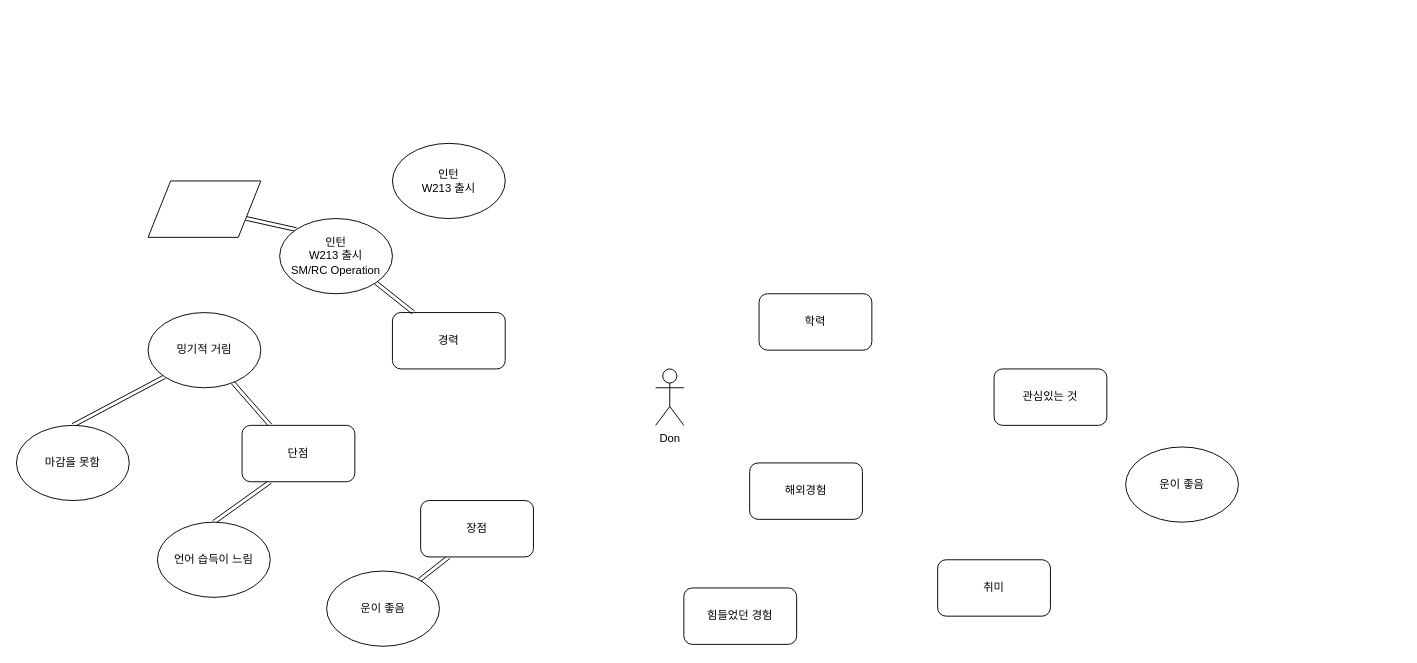
The draw.io diagram Untitled Diagram.drawio in ehsqkd1324/don, before the edit. Source tidied: cells renumbered, new cells numbered last; positions are measured from the earlier drawing's top-left corner, leaving out a move shared by most shapes. Both pictures are drawn from the tidied source at 94%, with x=0, y=0 at pixel (16, 143).
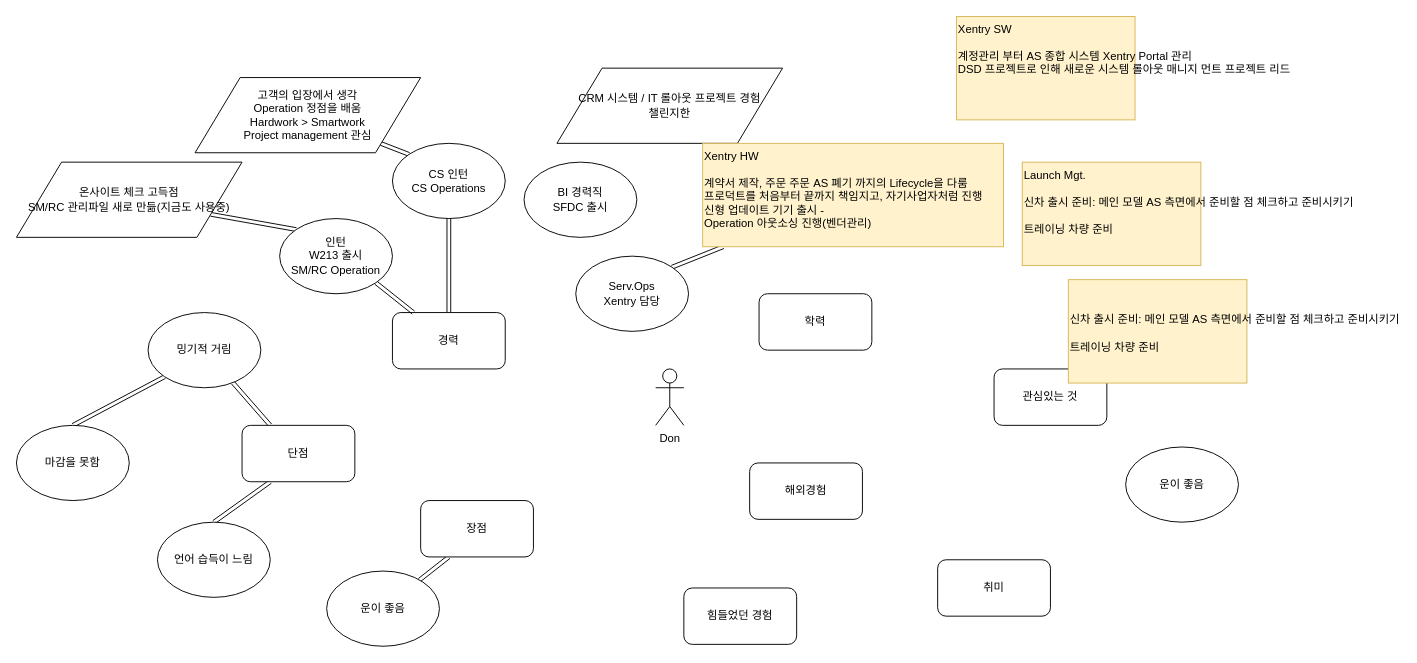
After the change.

Unchanged cells that the change refers to:
```xml
<mxCell id="7" value="경력" style="rounded=1;whiteSpace=wrap;html=1;" parent="1" vertex="1">
  <mxGeometry x="400" y="180" width="120" height="60" as="geometry" />
</mxCell>
```

Diff of the diagram source:
```diff
@@
+    <mxCell id="25" style="edgeStyle=none;shape=link;rounded=0;jettySize=auto;html=1;exitX=0.5;exitY=0;exitDx=0;exitDy=0;" parent="1" edge="1" source="7" target="23">
+      <mxGeometry relative="1" as="geometry" />
+    </mxCell>
@@
+    <mxCell id="26" style="edgeStyle=none;shape=link;rounded=0;jettySize=auto;html=1;exitX=0;exitY=0;exitDx=0;exitDy=0;" parent="1" edge="1" source="23" target="27">
+      <mxGeometry relative="1" as="geometry" />
+    </mxCell>
-    <mxCell id="23" value="&lt;div&gt;인턴&lt;/div&gt;W213 출시" style="ellipse;whiteSpace=wrap;html=1;" parent="1" vertex="1">
+    <mxCell id="23" value="&lt;div&gt;CS 인턴&lt;/div&gt;CS Operations " style="ellipse;whiteSpace=wrap;html=1;" parent="1" vertex="1">
       <mxGeometry x="400" width="120" height="80" as="geometry" />
     </mxCell>
-    <mxCell id="24" style="shape=parallelogram;perimeter=parallelogramPerimeter;whiteSpace=wrap;html=1;" parent="1" vertex="1">
-      <mxGeometry x="140" y="40" width="120" height="60" as="geometry" />
+    <mxCell id="24" value="&lt;div&gt;온사이트 체크 고득점&lt;/div&gt;&lt;div&gt;SM/RC 관리파일 새로 만듦(지금도 사용중)&lt;/div&gt;" style="shape=parallelogram;perimeter=parallelogramPerimeter;whiteSpace=wrap;html=1;" parent="1" vertex="1">
+      <mxGeometry y="20" width="240" height="80" as="geometry" />
     </mxCell>
+    <mxCell id="27" value="&lt;div&gt;고객의 입장에서 생각&lt;/div&gt;&lt;div&gt;Operation 정점을 배움&lt;/div&gt;&lt;div&gt;Hardwork &amp;gt; Smartwork&lt;br&gt;&lt;/div&gt;&lt;div&gt;Project management 관심&lt;br&gt;&lt;/div&gt;" style="shape=parallelogram;perimeter=parallelogramPerimeter;whiteSpace=wrap;html=1;" parent="1" vertex="1">
+      <mxGeometry x="190" y="-70" width="240" height="80" as="geometry" />
+    </mxCell>
+    <mxCell id="28" value="&lt;div&gt;BI 경력직&lt;/div&gt;&lt;div&gt;SFDC 출시&lt;br&gt;&lt;/div&gt;" style="ellipse;whiteSpace=wrap;html=1;" parent="1" vertex="1">
+      <mxGeometry x="540" y="20" width="120" height="80" as="geometry" />
+    </mxCell>
+    <mxCell id="29" value="&lt;div&gt;CRM 시스템 / IT 롤아웃 프로젝트 경험&lt;/div&gt;&lt;div&gt;챌린지한 &lt;br&gt;&lt;/div&gt;" style="shape=parallelogram;perimeter=parallelogramPerimeter;whiteSpace=wrap;html=1;" parent="1" vertex="1">
+      <mxGeometry x="575" y="-80" width="240" height="80" as="geometry" />
+    </mxCell>
+    <mxCell id="30" style="edgeStyle=none;shape=link;rounded=0;jettySize=auto;html=1;exitX=1;exitY=0;exitDx=0;exitDy=0;" parent="1" edge="1" source="31" target="32">
+      <mxGeometry relative="1" as="geometry" />
+    </mxCell>
+    <mxCell id="31" value="&lt;div&gt;Serv.Ops&lt;/div&gt;&lt;div&gt;Xentry 담당&lt;br&gt;&lt;/div&gt;" style="ellipse;whiteSpace=wrap;html=1;" parent="1" vertex="1">
+      <mxGeometry x="595" y="120" width="120" height="80" as="geometry" />
+    </mxCell>
+    <mxCell id="32" value="&lt;div&gt;Xentry HW &lt;br&gt;&lt;/div&gt;&lt;div&gt;&lt;br&gt;&lt;/div&gt;&lt;div&gt;계약서 제작, 주문 주문 AS 폐기 까지의 Lifecycle을 다룸&lt;/div&gt;&lt;div&gt;프로덕트를 처음부터 끝까지 책임지고, 자기사업자처럼 진행&lt;br&gt;&lt;/div&gt;&lt;div&gt;신형 업데이트 기기 출시 - &lt;br&gt;&lt;/div&gt;&lt;div&gt;Operation 아웃소싱 진행(벤더관리)&lt;br&gt;&lt;/div&gt;" style="text;html=1;fillColor=#fff2cc;strokeColor=#d6b656;" parent="1" vertex="1">
+      <mxGeometry x="730" width="320" height="110" as="geometry" />
+    </mxCell>
+    <mxCell id="33" value="&lt;div&gt;Xentry SW&lt;br&gt;&lt;/div&gt;&lt;div&gt;&lt;br&gt;&lt;/div&gt;&lt;div&gt;계정관리 부터 AS 종합 시스템 Xentry Portal 관리&lt;/div&gt;&lt;div&gt;DSD 프로젝트로 인해 새로운 시스템 롤아웃 매니지 먼트 프로젝트 리드&lt;/div&gt;&lt;div&gt;&lt;br&gt;&lt;/div&gt;" style="text;html=1;fillColor=#fff2cc;strokeColor=#d6b656;" parent="1" vertex="1">
+      <mxGeometry x="1000" y="-135" width="190" height="110" as="geometry" />
+    </mxCell>
+    <mxCell id="34" value="&lt;div&gt;Launch Mgt.&lt;/div&gt;&lt;div&gt;&lt;br&gt;&lt;/div&gt;&lt;div&gt;신차 출시 준비: 메인 모델 AS 측면에서 준비할 점 체크하고 준비시키기&lt;/div&gt;&lt;div&gt;&lt;br&gt;&lt;/div&gt;&lt;div&gt;트레이닝 차량 준비&lt;br&gt;&lt;/div&gt;" style="text;html=1;fillColor=#fff2cc;strokeColor=#d6b656;" parent="1" vertex="1">
+      <mxGeometry x="1070" y="20" width="190" height="110" as="geometry" />
+    </mxCell>
+    <mxCell id="35" value="&lt;div&gt;&lt;br&gt;&lt;/div&gt;&lt;div&gt;&lt;br&gt;&lt;/div&gt;&lt;div&gt;신차 출시 준비: 메인 모델 AS 측면에서 준비할 점 체크하고 준비시키기&lt;/div&gt;&lt;div&gt;&lt;br&gt;&lt;/div&gt;&lt;div&gt;트레이닝 차량 준비&lt;br&gt;&lt;/div&gt;" style="text;html=1;fillColor=#fff2cc;strokeColor=#d6b656;" parent="1" vertex="1">
+      <mxGeometry x="1119" y="145" width="190" height="110" as="geometry" />
+    </mxCell>
```
